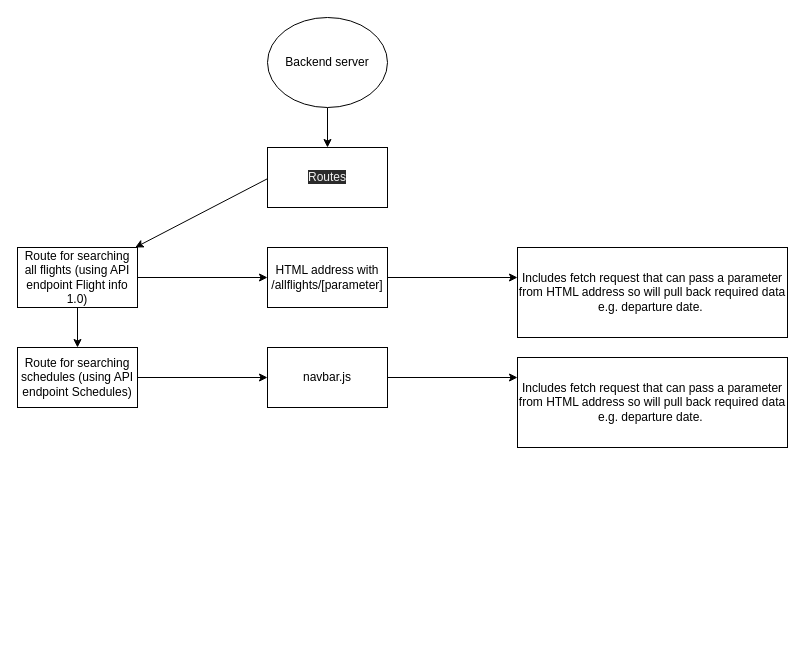
Above: backendWireframe.drawio in lukechaplin/oagtask (draw.io), before the change. Source tidied: cells renumbered, new cells numbered last; positions are measured from the earlier drawing's top-left corner, leaving out a move shared by most shapes. Both pictures are drawn from the tidied source at 100%, with x=0, y=0 at pixel (17, 17).
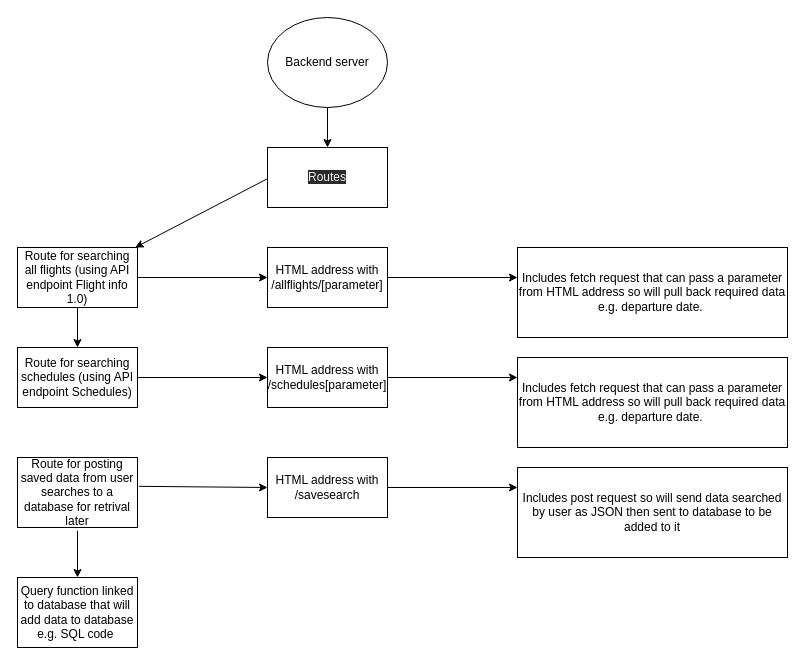
The same page after the edit.

Commit message (it also covers changes not shown here):
task complete

What changed in the source:
```diff
@@
-    <mxCell id="13" value="navbar.js" style="whiteSpace=wrap;html=1;" parent="1" vertex="1">
+    <mxCell id="13" value="HTML address with /schedules[parameter]" style="whiteSpace=wrap;html=1;" parent="1" vertex="1">
       <mxGeometry x="250" y="330" width="120" height="60" as="geometry" />
     </mxCell>
@@
+    <mxCell id="17" value="Route for posting saved data from user searches to a database for retrival later" style="whiteSpace=wrap;html=1;" parent="1" vertex="1">
+      <mxGeometry y="440" width="120" height="70" as="geometry" />
+    </mxCell>
+    <mxCell id="18" style="edgeStyle=none;html=1;exitX=1.013;exitY=0.412;exitDx=0;exitDy=0;exitPerimeter=0;" parent="1" edge="1" source="17">
+      <mxGeometry relative="1" as="geometry">
+        <mxPoint x="250" y="470" as="targetPoint" />
+      </mxGeometry>
+    </mxCell>
+    <mxCell id="19" value="HTML address with /savesearch" style="whiteSpace=wrap;html=1;" parent="1" vertex="1">
+      <mxGeometry x="250" y="440" width="120" height="60" as="geometry" />
+    </mxCell>
+    <mxCell id="20" style="edgeStyle=none;html=1;exitX=1;exitY=0.5;exitDx=0;exitDy=0;" parent="1" edge="1">
+      <mxGeometry relative="1" as="geometry">
+        <mxPoint x="370" y="470" as="sourcePoint" />
+        <mxPoint x="500" y="470" as="targetPoint" />
+      </mxGeometry>
+    </mxCell>
+    <mxCell id="21" value="Includes post request so will send data searched by user as JSON then sent to database to be added to it" style="whiteSpace=wrap;html=1;" parent="1" vertex="1">
+      <mxGeometry x="500" y="450" width="270" height="90" as="geometry" />
+    </mxCell>
+    <mxCell id="22" style="edgeStyle=none;html=1;exitX=0.5;exitY=1;exitDx=0;exitDy=0;" parent="1" edge="1">
+      <mxGeometry relative="1" as="geometry">
+        <mxPoint x="60" y="520" as="sourcePoint" />
+        <mxPoint x="60" y="560" as="targetPoint" />
+        <Array as="points">
+          <mxPoint x="60" y="510" />
+        </Array>
+      </mxGeometry>
+    </mxCell>
+    <mxCell id="23" value="Query function linked to database that will add data to database e.g. SQL code&amp;nbsp;" style="whiteSpace=wrap;html=1;" parent="1" vertex="1">
+      <mxGeometry y="560" width="120" height="70" as="geometry" />
+    </mxCell>
```
